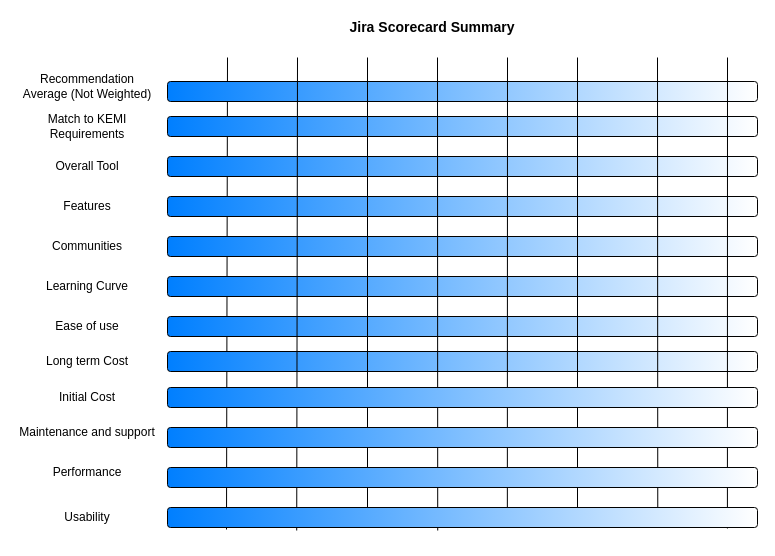
Before: Untitled Diagram.drawio in tarraanand/Anand, a draw.io diagram. Source tidied: cells renumbered, new cells numbered last; positions are measured from the earlier drawing's top-left corner, leaving out a move shared by most shapes. Both pictures are drawn from the tidied source at 100%, with x=0, y=0 at pixel (17, 17).
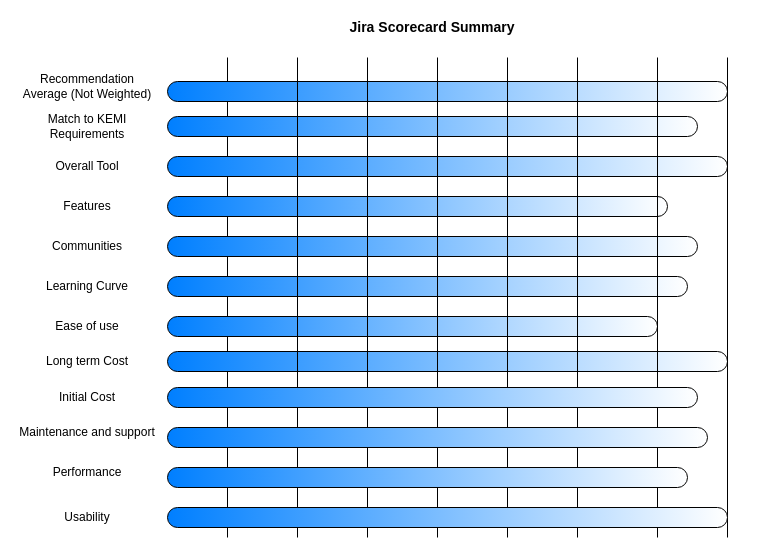
The same page after the edit.

Change to the diagram source:
```diff
@@
-    <mxCell id="2" style="endArrow=none;html=1;exitX=0.1;exitY=1.1;exitDx=0;exitDy=0;exitPerimeter=0;" parent="1" edge="1" source="33">
+    <mxCell id="2" style="endArrow=none;html=1;" parent="1" edge="1">
       <mxGeometry relative="1" as="geometry">
+        <mxPoint x="210" y="520" as="sourcePoint" />
         <mxPoint x="210" y="40" as="targetPoint" />
       </mxGeometry>
     </mxCell>
-    <mxCell id="3" style="rounded=1;whiteSpace=wrap;html=1;labelBackgroundColor=#ffffff;gradientDirection=west;gradientColor=#007FFF;" parent="1" vertex="1">
-      <mxGeometry x="150" y="64" width="590" height="20" as="geometry" />
+    <mxCell id="3" style="rounded=1;whiteSpace=wrap;html=1;labelBackgroundColor=#ffffff;gradientDirection=west;gradientColor=#007FFF;arcSize=50;" parent="1" vertex="1">
+      <mxGeometry x="150" y="64" width="560" height="20" as="geometry" />
     </mxCell>
@@
-    <mxCell id="12" style="rounded=1;whiteSpace=wrap;html=1;labelBackgroundColor=#ffffff;gradientDirection=west;gradientColor=#007FFF;" parent="1" vertex="1">
-      <mxGeometry x="150" y="99" width="590" height="20" as="geometry" />
+    <mxCell id="12" style="rounded=1;whiteSpace=wrap;html=1;labelBackgroundColor=#ffffff;gradientDirection=west;gradientColor=#007FFF;arcSize=50;" parent="1" vertex="1">
+      <mxGeometry x="150" y="99" width="530" height="20" as="geometry" />
     </mxCell>
-    <mxCell id="13" style="rounded=1;whiteSpace=wrap;html=1;labelBackgroundColor=#ffffff;gradientDirection=west;gradientColor=#007FFF;" parent="1" vertex="1">
-      <mxGeometry x="150" y="139" width="590" height="20" as="geometry" />
+    <mxCell id="13" style="rounded=1;whiteSpace=wrap;html=1;labelBackgroundColor=#ffffff;gradientDirection=west;gradientColor=#007FFF;arcSize=50;" parent="1" vertex="1">
+      <mxGeometry x="150" y="139" width="560" height="20" as="geometry" />
     </mxCell>
-    <mxCell id="14" style="rounded=1;whiteSpace=wrap;html=1;labelBackgroundColor=#ffffff;gradientDirection=west;gradientColor=#007FFF;" parent="1" vertex="1">
-      <mxGeometry x="150" y="179" width="590" height="20" as="geometry" />
+    <mxCell id="14" style="rounded=1;whiteSpace=wrap;html=1;labelBackgroundColor=#ffffff;gradientDirection=west;gradientColor=#007FFF;arcSize=50;" parent="1" vertex="1">
+      <mxGeometry x="150" y="179" width="500" height="20" as="geometry" />
     </mxCell>
-    <mxCell id="15" style="rounded=1;whiteSpace=wrap;html=1;labelBackgroundColor=#ffffff;gradientDirection=west;gradientColor=#007FFF;" parent="1" vertex="1">
-      <mxGeometry x="150" y="219" width="590" height="20" as="geometry" />
+    <mxCell id="15" style="rounded=1;whiteSpace=wrap;html=1;labelBackgroundColor=#ffffff;gradientDirection=west;gradientColor=#007FFF;arcSize=50;" parent="1" vertex="1">
+      <mxGeometry x="150" y="219" width="530" height="20" as="geometry" />
     </mxCell>
-    <mxCell id="16" style="rounded=1;whiteSpace=wrap;html=1;labelBackgroundColor=#ffffff;gradientDirection=west;gradientColor=#007FFF;" parent="1" vertex="1">
-      <mxGeometry x="150" y="259" width="590" height="20" as="geometry" />
+    <mxCell id="16" style="rounded=1;whiteSpace=wrap;html=1;labelBackgroundColor=#ffffff;gradientDirection=west;gradientColor=#007FFF;arcSize=50;" parent="1" vertex="1">
+      <mxGeometry x="150" y="259" width="520" height="20" as="geometry" />
     </mxCell>
-    <mxCell id="17" style="rounded=1;whiteSpace=wrap;html=1;labelBackgroundColor=#ffffff;gradientDirection=west;gradientColor=#007FFF;" parent="1" vertex="1">
-      <mxGeometry x="150" y="299" width="590" height="20" as="geometry" />
+    <mxCell id="17" style="rounded=1;whiteSpace=wrap;html=1;labelBackgroundColor=#ffffff;gradientDirection=west;gradientColor=#007FFF;arcSize=50;" parent="1" vertex="1">
+      <mxGeometry x="150" y="299" width="490" height="20" as="geometry" />
     </mxCell>
-    <mxCell id="18" style="rounded=1;whiteSpace=wrap;html=1;labelBackgroundColor=#ffffff;gradientDirection=west;gradientColor=#007FFF;" parent="1" vertex="1">
-      <mxGeometry x="150" y="334" width="590" height="20" as="geometry" />
+    <mxCell id="18" style="rounded=1;whiteSpace=wrap;html=1;labelBackgroundColor=#ffffff;gradientDirection=west;gradientColor=#007FFF;arcSize=50;" parent="1" vertex="1">
+      <mxGeometry x="150" y="334" width="560" height="20" as="geometry" />
     </mxCell>
-    <mxCell id="19" style="endArrow=none;html=1;exitX=0.219;exitY=1.15;exitDx=0;exitDy=0;exitPerimeter=0;" parent="1" edge="1" source="33">
+    <mxCell id="19" style="endArrow=none;html=1;" parent="1" edge="1">
       <mxGeometry relative="1" as="geometry">
+        <mxPoint x="280" y="520" as="sourcePoint" />
         <mxPoint x="280" y="40" as="targetPoint" />
       </mxGeometry>
     </mxCell>
     <mxCell id="20" style="endArrow=none;html=1;" parent="1" edge="1">
       <mxGeometry relative="1" as="geometry">
-        <mxPoint x="350" y="510" as="sourcePoint" />
+        <mxPoint x="350" y="520" as="sourcePoint" />
         <mxPoint x="350" y="40" as="targetPoint" />
       </mxGeometry>
     </mxCell>
-    <mxCell id="21" style="endArrow=none;html=1;exitX=0.458;exitY=1.15;exitDx=0;exitDy=0;exitPerimeter=0;" parent="1" edge="1" source="33">
+    <mxCell id="21" style="endArrow=none;html=1;" parent="1" edge="1">
       <mxGeometry relative="1" as="geometry">
+        <mxPoint x="420" y="520" as="sourcePoint" />
         <mxPoint x="420" y="40" as="targetPoint" />
       </mxGeometry>
     </mxCell>
-    <mxCell id="22" style="endArrow=none;html=1;exitX=0.576;exitY=1;exitDx=0;exitDy=0;exitPerimeter=0;" parent="1" edge="1" source="33">
+    <mxCell id="22" style="endArrow=none;html=1;" parent="1" edge="1">
       <mxGeometry relative="1" as="geometry">
+        <mxPoint x="490" y="520" as="sourcePoint" />
         <mxPoint x="490" y="40" as="targetPoint" />
       </mxGeometry>
     </mxCell>
     <mxCell id="23" style="endArrow=none;html=1;" parent="1" edge="1">
       <mxGeometry relative="1" as="geometry">
-        <mxPoint x="560" y="509" as="sourcePoint" />
+        <mxPoint x="560" y="520" as="sourcePoint" />
         <mxPoint x="560" y="40" as="targetPoint" />
       </mxGeometry>
     </mxCell>
-    <mxCell id="24" style="endArrow=none;html=1;exitX=0.831;exitY=1;exitDx=0;exitDy=0;exitPerimeter=0;" parent="1" edge="1" source="33">
+    <mxCell id="24" style="endArrow=none;html=1;" parent="1" edge="1">
       <mxGeometry relative="1" as="geometry">
+        <mxPoint x="640" y="520" as="sourcePoint" />
         <mxPoint x="640" y="40" as="targetPoint" />
       </mxGeometry>
     </mxCell>
-    <mxCell id="25" style="endArrow=none;html=1;exitX=0.949;exitY=1.05;exitDx=0;exitDy=0;exitPerimeter=0;" parent="1" edge="1" source="33">
+    <mxCell id="25" style="endArrow=none;html=1;" parent="1" edge="1">
       <mxGeometry relative="1" as="geometry">
+        <mxPoint x="710" y="520" as="sourcePoint" />
         <mxPoint x="710" y="40" as="targetPoint" />
       </mxGeometry>
     </mxCell>
@@
-    <mxCell id="30" style="rounded=1;whiteSpace=wrap;html=1;labelBackgroundColor=#ffffff;gradientDirection=west;gradientColor=#007FFF;" parent="1" vertex="1">
-      <mxGeometry x="150" y="370" width="590" height="20" as="geometry" />
+    <mxCell id="30" style="rounded=1;whiteSpace=wrap;html=1;labelBackgroundColor=#ffffff;gradientDirection=west;gradientColor=#007FFF;arcSize=50;" parent="1" vertex="1">
+      <mxGeometry x="150" y="370" width="530" height="20" as="geometry" />
     </mxCell>
-    <mxCell id="31" style="rounded=1;whiteSpace=wrap;html=1;labelBackgroundColor=#ffffff;gradientDirection=west;gradientColor=#007FFF;" parent="1" vertex="1">
-      <mxGeometry x="150" y="410" width="590" height="20" as="geometry" />
+    <mxCell id="31" style="rounded=1;whiteSpace=wrap;html=1;labelBackgroundColor=#ffffff;gradientDirection=west;gradientColor=#007FFF;arcSize=50;" parent="1" vertex="1">
+      <mxGeometry x="150" y="410" width="540" height="20" as="geometry" />
     </mxCell>
-    <mxCell id="32" style="rounded=1;whiteSpace=wrap;html=1;labelBackgroundColor=#ffffff;gradientDirection=west;gradientColor=#007FFF;" parent="1" vertex="1">
-      <mxGeometry x="150" y="450" width="590" height="20" as="geometry" />
+    <mxCell id="32" style="rounded=1;whiteSpace=wrap;html=1;labelBackgroundColor=#ffffff;gradientDirection=west;gradientColor=#007FFF;arcSize=50;" parent="1" vertex="1">
+      <mxGeometry x="150" y="450" width="520" height="20" as="geometry" />
     </mxCell>
-    <mxCell id="33" style="rounded=1;whiteSpace=wrap;html=1;labelBackgroundColor=#ffffff;gradientDirection=west;gradientColor=#007FFF;" parent="1" vertex="1">
-      <mxGeometry x="150" y="490" width="590" height="20" as="geometry" />
+    <mxCell id="33" style="rounded=1;whiteSpace=wrap;html=1;labelBackgroundColor=#ffffff;gradientDirection=west;gradientColor=#007FFF;arcSize=50;" parent="1" vertex="1">
+      <mxGeometry x="150" y="490" width="560" height="20" as="geometry" />
     </mxCell>
```
